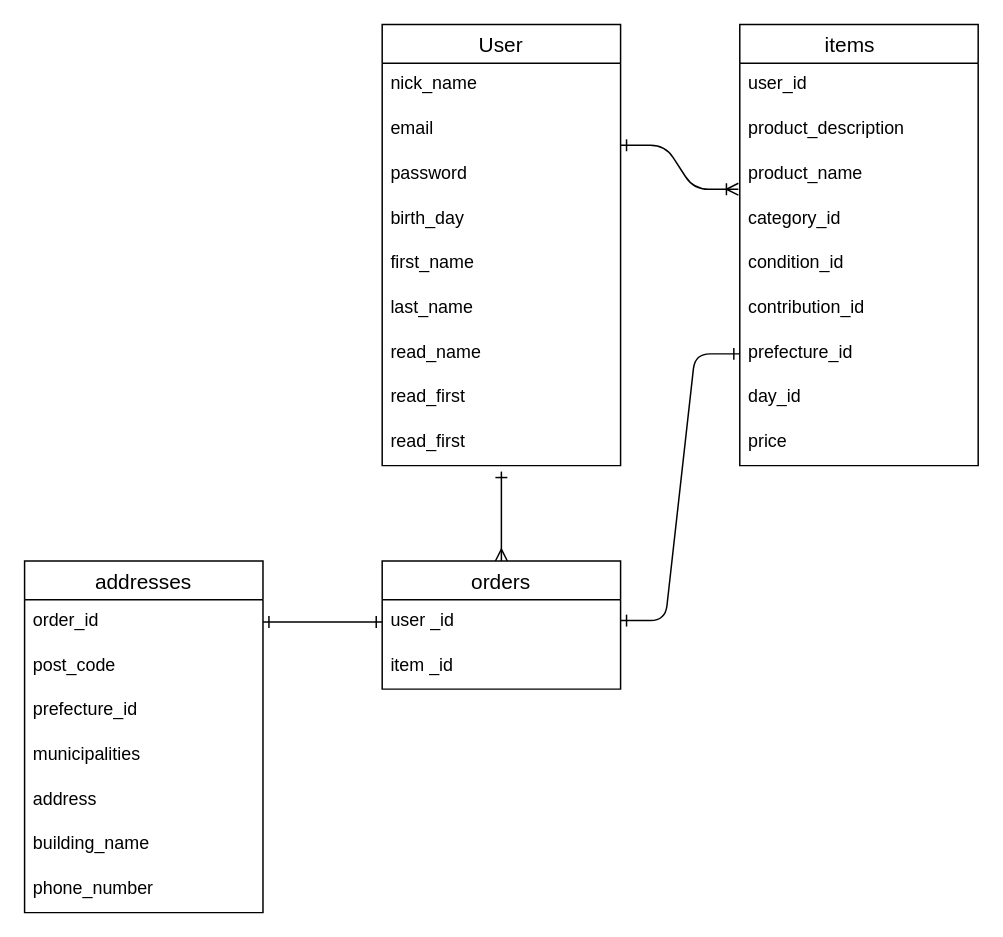
mn25md/furima-40863 keeps this draw.io diagram as page "ページ1" (1 of 2) of furima.dio. Above is the earlier version. Source tidied: cells renumbered, new cells numbered last; positions are measured from the earlier drawing's top-left corner, leaving out a move shared by most shapes. Both pictures are drawn from the tidied source at 149%, with x=0, y=0 at pixel (24, 24).
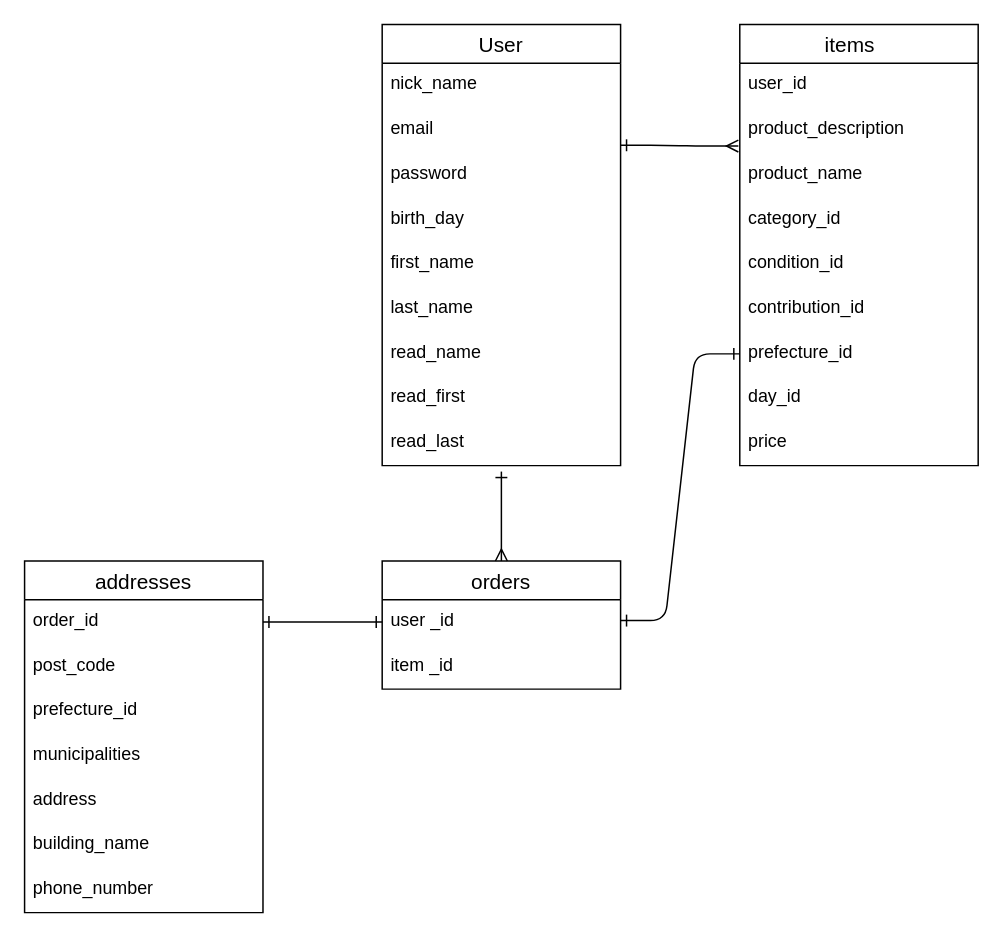
Above is the later version.

Commit message (it also covers changes not shown here):
データベース指摘修正

Unchanged cells that the change refers to:
```xml
<mxCell id="2" value="User" style="swimlane;fontStyle=0;horizontal=1;startSize=26;align=center;fontSize=14;" parent="1" vertex="1">
  <mxGeometry x="240" width="160" height="296" as="geometry" />
</mxCell>
<mxCell id="25" value="product_description" style="text;strokeColor=none;fillColor=none;spacingLeft=4;spacingRight=4;overflow=hidden;points=[[0,0.5],[1,0.5]];portConstraint=eastwest;fontSize=12;" parent="23" vertex="1">
  <mxGeometry y="56" width="160" height="30" as="geometry" />
</mxCell>
<mxCell id="26" value="product_name  " style="text;strokeColor=none;fillColor=none;spacingLeft=4;spacingRight=4;overflow=hidden;points=[[0,0.5],[1,0.5]];portConstraint=eastwest;fontSize=12;" parent="23" vertex="1">
  <mxGeometry y="86" width="160" height="30" as="geometry" />
</mxCell>
```

Change to the diagram source:
```diff
@@
-    <mxCell id="11" value="read_first" style="text;strokeColor=none;fillColor=none;spacingLeft=4;spacingRight=4;overflow=hidden;fontSize=12;verticalAlign=top;" parent="2" vertex="1">
+    <mxCell id="11" value="read_last" style="text;strokeColor=none;fillColor=none;spacingLeft=4;spacingRight=4;overflow=hidden;fontSize=12;verticalAlign=top;" parent="2" vertex="1">
       <mxGeometry y="266" width="160" height="30" as="geometry" />
     </mxCell>
@@
-    <mxCell id="34" style="edgeStyle=entityRelationEdgeStyle;fontSize=12;html=1;endArrow=ERoneToMany;entryX=-0.006;entryY=0.817;entryDx=0;entryDy=0;entryPerimeter=0;startArrow=ERone;startFill=0;" parent="1" edge="1" target="26">
+    <mxCell id="34" style="edgeStyle=entityRelationEdgeStyle;fontSize=12;html=1;endArrow=ERmany;entryX=-0.006;entryY=0.85;entryDx=0;entryDy=0;entryPerimeter=0;startArrow=ERone;startFill=0;endFill=0;" parent="1" edge="1" target="25">
       <mxGeometry relative="1" as="geometry">
         <mxPoint x="400" y="81" as="sourcePoint" />
       </mxGeometry>
     </mxCell>
```
